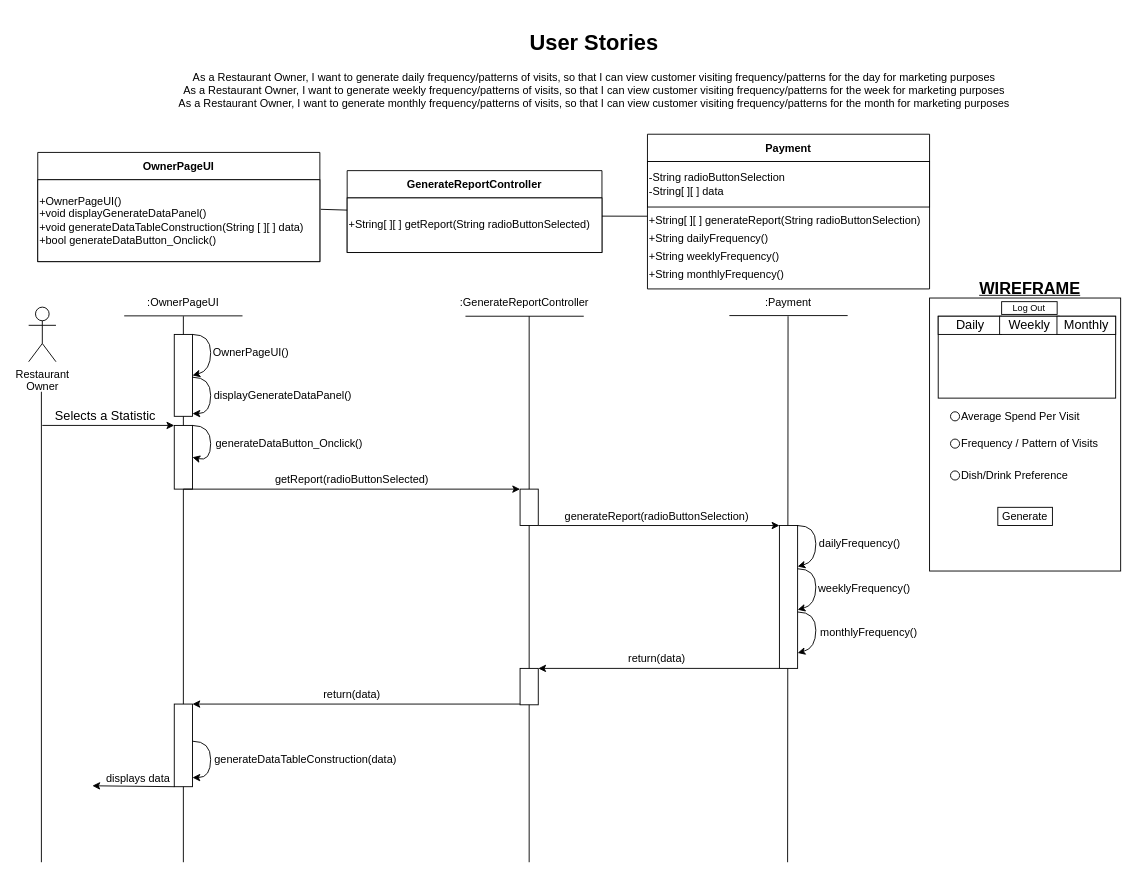
Above: BCE_UML_and_Diagrams/RestaurantOwner/RestaurantOwner_VisitFrequency_#40_41_42.drawio in extred5700/JAVAGUI-Restaurant-Table-Order-System (draw.io), before the change. Source tidied: cells renumbered, new cells numbered last; positions are measured from the earlier drawing's top-left corner, leaving out a move shared by most shapes. Both pictures are drawn from the tidied source at 91%, with x=0, y=0 at pixel (28, 25).
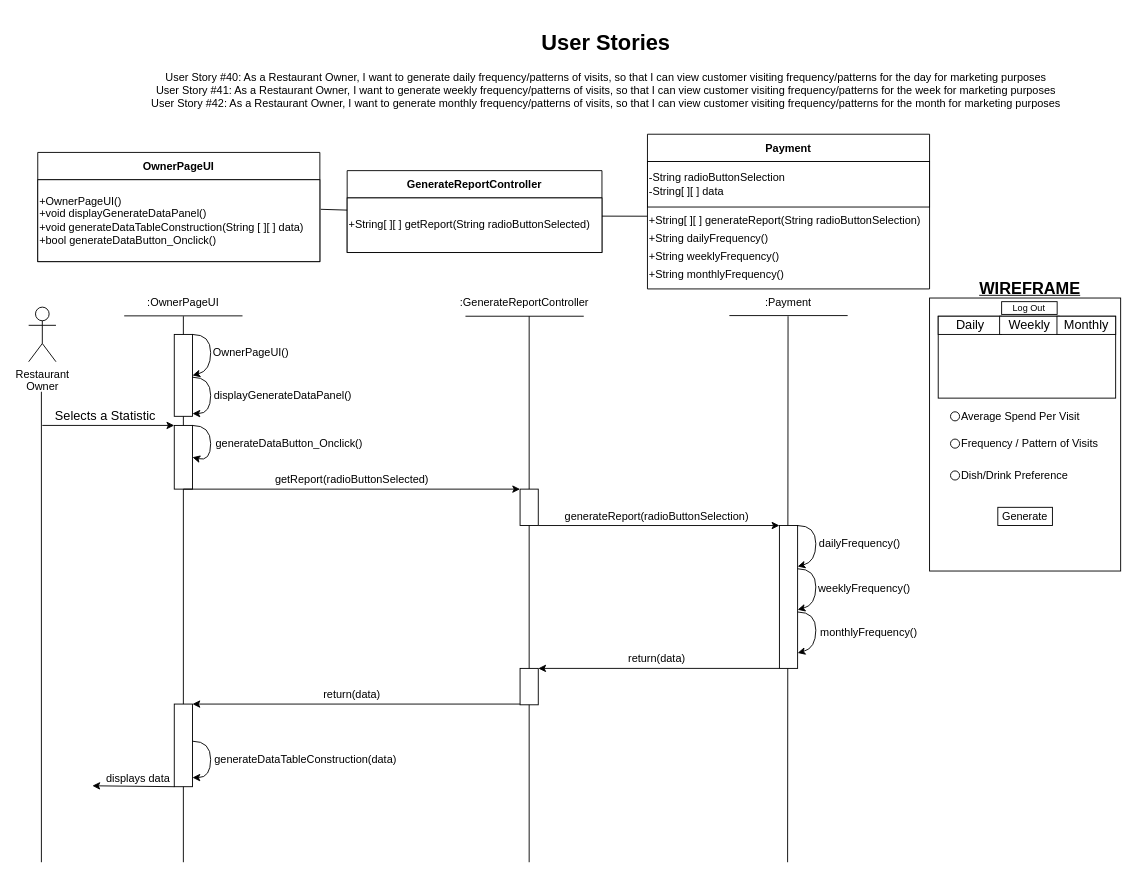
After the change.

Commit message (it also covers changes not shown here):
Update Missing User Story Numbers

The edit, as a diff of the source:
```diff
@@
-    <mxCell id="70" value="&lt;h1 style=&quot;text-align: center&quot;&gt;User Stories&lt;/h1&gt;&lt;div style=&quot;text-align: center&quot;&gt;As a Restaurant Owner, I want to generate daily frequency/patterns of visits, so that I can view customer visiting frequency/patterns for the day for marketing purposes&lt;/div&gt;&lt;span&gt;&lt;div style=&quot;text-align: center&quot;&gt;&lt;span&gt;As a Restaurant Owner, I want to generate weekly frequency/patterns of visits, so that I can view customer visiting frequency/patterns for the week for marketing purposes&lt;/span&gt;&lt;/div&gt;&lt;/span&gt;&lt;div style=&quot;text-align: center&quot;&gt;As a Restaurant Owner, I want to generate monthly frequency/patterns of visits, so that I can view customer visiting frequency/patterns for the month for marketing purposes&lt;br&gt;&lt;/div&gt;" style="text;html=1;strokeColor=none;fillColor=none;spacing=5;spacingTop=-20;whiteSpace=wrap;overflow=hidden;rounded=0;" parent="1" vertex="1">
-      <mxGeometry x="160" width="950" height="120" as="geometry" />
+    <mxCell id="70" value="&lt;h1 style=&quot;text-align: center&quot;&gt;User Stories&lt;/h1&gt;&lt;div style=&quot;text-align: center&quot;&gt;User Story #40: As a Restaurant Owner, I want to generate daily frequency/patterns of visits, so that I can view customer visiting frequency/patterns for the day for marketing purposes&lt;/div&gt;&lt;span&gt;&lt;div style=&quot;text-align: center&quot;&gt;&lt;span&gt;User Story #41: As a Restaurant Owner, I want to generate weekly frequency/patterns of visits, so that I can view customer visiting frequency/patterns for the week for marketing purposes&lt;/span&gt;&lt;/div&gt;&lt;/span&gt;&lt;div style=&quot;text-align: center&quot;&gt;User Story #42: As a Restaurant Owner, I want to generate monthly frequency/patterns of visits, so that I can view customer visiting frequency/patterns for the month for marketing purposes&lt;br&gt;&lt;/div&gt;" style="text;html=1;strokeColor=none;fillColor=none;spacing=5;spacingTop=-20;whiteSpace=wrap;overflow=hidden;rounded=0;" parent="1" vertex="1">
+      <mxGeometry x="130" width="1020" height="120" as="geometry" />
     </mxCell>
```
